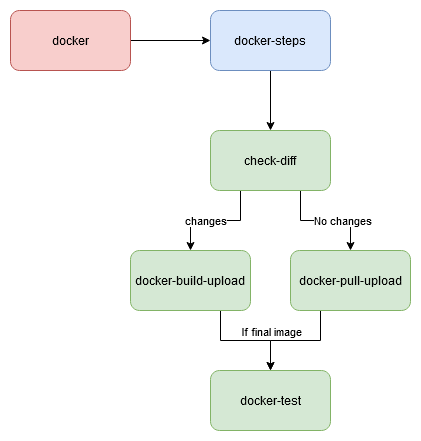
Above: docs/images/Workflows.png in StatCan/aaw-kubeflow-containers (draw.io), before the change. Source tidied: cells renumbered, new cells last; positions are measured from the earlier drawing's top-left corner, leaving out a move shared by most shapes. Its diagram source:
```xml
<mxGraphModel>
  <root>
    <mxCell id="0" />
    <mxCell id="1" parent="0" />
    <mxCell id="2" style="edgeStyle=orthogonalEdgeStyle;rounded=0;jettySize=auto;html=1;exitX=1;exitY=0.5;exitDx=0;exitDy=0;entryX=0;entryY=0.5;entryDx=0;entryDy=0;" parent="1" edge="1" source="3" target="5">
      <mxGeometry relative="1" as="geometry" />
    </mxCell>
    <mxCell id="3" value="docker" style="rounded=1;whiteSpace=wrap;html=1;fillColor=#f8cecc;strokeColor=#b85450;" parent="1" vertex="1">
      <mxGeometry width="120" height="60" as="geometry" />
    </mxCell>
    <mxCell id="4" style="edgeStyle=orthogonalEdgeStyle;rounded=0;jettySize=auto;html=1;exitX=0.5;exitY=1;exitDx=0;exitDy=0;entryX=0.5;entryY=0;entryDx=0;entryDy=0;" parent="1" edge="1" source="5" target="10">
      <mxGeometry relative="1" as="geometry" />
    </mxCell>
    <mxCell id="5" value="docker-steps" style="rounded=1;whiteSpace=wrap;html=1;fillColor=#dae8fc;strokeColor=#6c8ebf;" parent="1" vertex="1">
      <mxGeometry x="200" width="120" height="60" as="geometry" />
    </mxCell>
    <mxCell id="6" style="edgeStyle=orthogonalEdgeStyle;rounded=0;jettySize=auto;html=1;exitX=0.25;exitY=1;exitDx=0;exitDy=0;entryX=0.5;entryY=0;entryDx=0;entryDy=0;" parent="1" edge="1" source="10" target="13">
      <mxGeometry relative="1" as="geometry" />
    </mxCell>
    <mxCell id="7" value="changes" style="edgeLabel;html=1;align=center;verticalAlign=middle;" parent="6" vertex="1">
      <mxGeometry x="0.2" y="-1" relative="1" as="geometry" />
    </mxCell>
    <mxCell id="8" style="edgeStyle=orthogonalEdgeStyle;rounded=0;jettySize=auto;html=1;exitX=0.75;exitY=1;exitDx=0;exitDy=0;" parent="1" edge="1" source="10" target="15">
      <mxGeometry relative="1" as="geometry" />
    </mxCell>
    <mxCell id="9" value="No changes" style="edgeLabel;html=1;align=center;verticalAlign=middle;" parent="8" vertex="1">
      <mxGeometry x="0.29" y="1" relative="1" as="geometry" />
    </mxCell>
    <mxCell id="10" value="check-diff" style="rounded=1;whiteSpace=wrap;html=1;fillColor=#d5e8d4;strokeColor=#82b366;" parent="1" vertex="1">
      <mxGeometry x="200" y="120" width="120" height="60" as="geometry" />
    </mxCell>
    <mxCell id="11" style="edgeStyle=orthogonalEdgeStyle;rounded=0;jettySize=auto;html=1;exitX=0.75;exitY=1;exitDx=0;exitDy=0;" parent="1" edge="1" source="13" target="16">
      <mxGeometry relative="1" as="geometry" />
    </mxCell>
    <mxCell id="12" value="If final image" style="edgeLabel;html=1;align=center;verticalAlign=middle;" parent="11" vertex="1">
      <mxGeometry x="0.09" y="1" relative="1" as="geometry">
        <mxPoint x="20" y="-9" as="offset" />
      </mxGeometry>
    </mxCell>
    <mxCell id="13" value="docker-build-upload" style="rounded=1;whiteSpace=wrap;html=1;fillColor=#d5e8d4;strokeColor=#82b366;" parent="1" vertex="1">
      <mxGeometry x="120" y="240" width="120" height="60" as="geometry" />
    </mxCell>
    <mxCell id="14" style="edgeStyle=orthogonalEdgeStyle;rounded=0;jettySize=auto;html=1;exitX=0.25;exitY=1;exitDx=0;exitDy=0;entryX=0.5;entryY=0;entryDx=0;entryDy=0;" parent="1" edge="1" source="15" target="16">
      <mxGeometry relative="1" as="geometry" />
    </mxCell>
    <mxCell id="15" value="docker-pull-upload" style="rounded=1;whiteSpace=wrap;html=1;fillColor=#d5e8d4;strokeColor=#82b366;" parent="1" vertex="1">
      <mxGeometry x="280" y="240" width="120" height="60" as="geometry" />
    </mxCell>
    <mxCell id="16" value="docker-test" style="rounded=1;whiteSpace=wrap;html=1;fillColor=#d5e8d4;strokeColor=#82b366;" parent="1" vertex="1">
      <mxGeometry x="200" y="360" width="120" height="60" as="geometry" />
    </mxCell>
  </root>
</mxGraphModel>
```
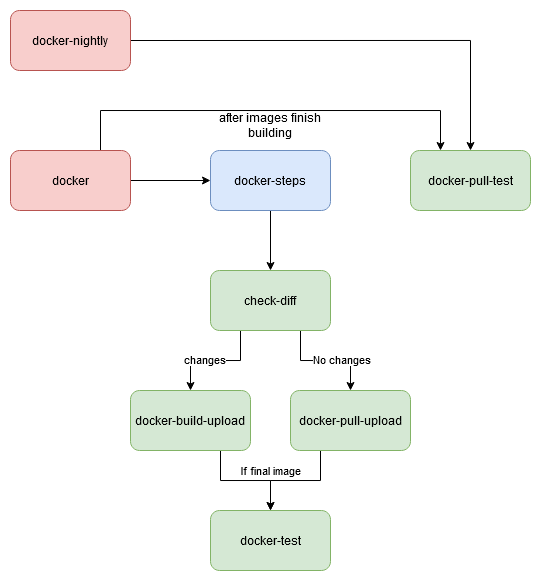
After the commit.

Commit message:
feat: update workflows diagram

The edit, as a diff of the source:
```diff
@@ -5,6 +5,14 @@
     <mxCell id="2" style="edgeStyle=orthogonalEdgeStyle;rounded=0;jettySize=auto;html=1;exitX=1;exitY=0.5;exitDx=0;exitDy=0;entryX=0;entryY=0.5;entryDx=0;entryDy=0;" parent="1" edge="1" source="3" target="5">
       <mxGeometry relative="1" as="geometry" />
     </mxCell>
+    <mxCell id="17" style="edgeStyle=orthogonalEdgeStyle;rounded=0;jettySize=auto;html=1;exitX=0.75;exitY=0;exitDx=0;exitDy=0;entryX=0.25;entryY=0;entryDx=0;entryDy=0;" parent="1" edge="1" source="3" target="18">
+      <mxGeometry relative="1" as="geometry">
+        <Array as="points">
+          <mxPoint x="90" y="-40" />
+          <mxPoint x="430" y="-40" />
+        </Array>
+      </mxGeometry>
+    </mxCell>
     <mxCell id="3" value="docker" style="rounded=1;whiteSpace=wrap;html=1;fillColor=#f8cecc;strokeColor=#b85450;" parent="1" vertex="1">
       <mxGeometry width="120" height="60" as="geometry" />
     </mxCell>
@@ -49,5 +57,17 @@
     <mxCell id="16" value="docker-test" style="rounded=1;whiteSpace=wrap;html=1;fillColor=#d5e8d4;strokeColor=#82b366;" parent="1" vertex="1">
       <mxGeometry x="200" y="360" width="120" height="60" as="geometry" />
     </mxCell>
+    <mxCell id="18" value="docker-pull-test" style="rounded=1;whiteSpace=wrap;html=1;fillColor=#d5e8d4;strokeColor=#82b366;" parent="1" vertex="1">
+      <mxGeometry x="400" width="120" height="60" as="geometry" />
+    </mxCell>
+    <mxCell id="19" style="edgeStyle=orthogonalEdgeStyle;rounded=0;jettySize=auto;html=1;exitX=1;exitY=0.5;exitDx=0;exitDy=0;entryX=0.5;entryY=0;entryDx=0;entryDy=0;" parent="1" edge="1" source="20" target="18">
+      <mxGeometry relative="1" as="geometry" />
+    </mxCell>
+    <mxCell id="20" value="docker-nightly" style="rounded=1;whiteSpace=wrap;html=1;fillColor=#f8cecc;strokeColor=#b85450;" parent="1" vertex="1">
+      <mxGeometry y="-140" width="120" height="60" as="geometry" />
+    </mxCell>
+    <mxCell id="21" value="after images finish building" style="text;html=1;align=center;verticalAlign=middle;whiteSpace=wrap;rounded=0;" parent="1" vertex="1">
+      <mxGeometry x="185" y="-40" width="150" height="30" as="geometry" />
+    </mxCell>
   </root>
 </mxGraphModel>
```
